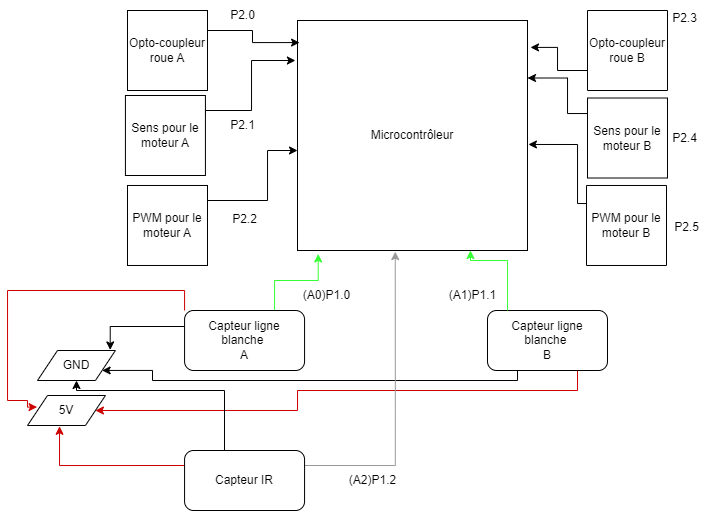
The draw.io diagram Schema_fonctionel.drawio.png in bizbrr/LineTrackBot, before a commit. Source tidied: cells renumbered, new cells last; positions are measured from the earlier drawing's top-left corner, leaving out a move shared by most shapes. Source of this version:
```xml
<mxGraphModel>
  <root>
    <mxCell id="0" />
    <mxCell id="1" parent="0" />
    <mxCell id="2" value="Microcontrôleur" style="whiteSpace=wrap;html=1;" parent="1" vertex="1">
      <mxGeometry x="290" y="20" width="230" height="230" as="geometry" />
    </mxCell>
    <mxCell id="3" style="edgeStyle=orthogonalEdgeStyle;rounded=0;jettySize=auto;html=1;exitX=1;exitY=0.25;exitDx=0;exitDy=0;entryX=0.009;entryY=0.096;entryDx=0;entryDy=0;entryPerimeter=0;" parent="1" edge="1" source="4" target="2">
      <mxGeometry relative="1" as="geometry" />
    </mxCell>
    <mxCell id="4" value="Opto-coupleur roue A" style="whiteSpace=wrap;html=1;" parent="1" vertex="1">
      <mxGeometry x="120" y="10" width="80" height="80" as="geometry" />
    </mxCell>
    <mxCell id="5" value="P2.0" style="text;html=1;align=center;verticalAlign=middle;strokeColor=none;fillColor=none;" parent="1" vertex="1">
      <mxGeometry x="210" width="50" height="30" as="geometry" />
    </mxCell>
    <mxCell id="6" style="edgeStyle=orthogonalEdgeStyle;rounded=0;jettySize=auto;html=1;exitX=1;exitY=0.25;exitDx=0;exitDy=0;entryX=-0.009;entryY=0.174;entryDx=0;entryDy=0;entryPerimeter=0;" parent="1" edge="1" source="7" target="2">
      <mxGeometry relative="1" as="geometry">
        <Array as="points">
          <mxPoint x="198" y="110" />
          <mxPoint x="244" y="110" />
          <mxPoint x="244" y="60" />
        </Array>
      </mxGeometry>
    </mxCell>
    <mxCell id="7" value="Sens pour le moteur A" style="whiteSpace=wrap;html=1;" parent="1" vertex="1">
      <mxGeometry x="117.9" y="95" width="80" height="80" as="geometry" />
    </mxCell>
    <mxCell id="8" value="P2.1" style="text;html=1;align=center;verticalAlign=middle;strokeColor=none;fillColor=none;" parent="1" vertex="1">
      <mxGeometry x="210" y="110" width="50" height="30" as="geometry" />
    </mxCell>
    <mxCell id="9" style="edgeStyle=orthogonalEdgeStyle;rounded=0;jettySize=auto;html=1;exitX=1;exitY=0.25;exitDx=0;exitDy=0;entryX=-0.009;entryY=0.174;entryDx=0;entryDy=0;entryPerimeter=0;" parent="1" edge="1" source="10">
      <mxGeometry relative="1" as="geometry">
        <mxPoint x="290" y="150" as="targetPoint" />
        <Array as="points">
          <mxPoint x="200" y="200" />
          <mxPoint x="260" y="200" />
          <mxPoint x="260" y="150" />
        </Array>
      </mxGeometry>
    </mxCell>
    <mxCell id="10" value="PWM pour le moteur A" style="whiteSpace=wrap;html=1;" parent="1" vertex="1">
      <mxGeometry x="120" y="185" width="80" height="80" as="geometry" />
    </mxCell>
    <mxCell id="11" value="P2.2" style="text;html=1;align=center;verticalAlign=middle;strokeColor=none;fillColor=none;" parent="1" vertex="1">
      <mxGeometry x="212.1" y="204" width="50" height="30" as="geometry" />
    </mxCell>
    <mxCell id="12" style="edgeStyle=orthogonalEdgeStyle;rounded=0;jettySize=auto;html=1;exitX=1;exitY=0.25;exitDx=0;exitDy=0;entryX=1.013;entryY=0.117;entryDx=0;entryDy=0;entryPerimeter=0;" parent="1" edge="1" source="13" target="2">
      <mxGeometry relative="1" as="geometry" />
    </mxCell>
    <mxCell id="13" value="Opto-coupleur roue B" style="whiteSpace=wrap;html=1;direction=west;" parent="1" vertex="1">
      <mxGeometry x="580" y="10" width="80" height="80" as="geometry" />
    </mxCell>
    <mxCell id="14" value="P2.3" style="text;html=1;align=center;verticalAlign=middle;strokeColor=none;fillColor=none;" parent="1" vertex="1">
      <mxGeometry x="652.1" y="2.5" width="50" height="30" as="geometry" />
    </mxCell>
    <mxCell id="15" style="edgeStyle=orthogonalEdgeStyle;rounded=0;jettySize=auto;html=1;exitX=1;exitY=0.25;exitDx=0;exitDy=0;entryX=1;entryY=0.25;entryDx=0;entryDy=0;" parent="1" edge="1" source="16" target="2">
      <mxGeometry relative="1" as="geometry">
        <Array as="points">
          <mxPoint x="580" y="113" />
          <mxPoint x="560" y="113" />
          <mxPoint x="560" y="78" />
        </Array>
      </mxGeometry>
    </mxCell>
    <mxCell id="16" value="Sens pour le moteur B" style="whiteSpace=wrap;html=1;direction=west;" parent="1" vertex="1">
      <mxGeometry x="580" y="97.5" width="80" height="80" as="geometry" />
    </mxCell>
    <mxCell id="17" value="P2.4" style="text;html=1;align=center;verticalAlign=middle;strokeColor=none;fillColor=none;" parent="1" vertex="1">
      <mxGeometry x="652.1" y="122.5" width="50" height="30" as="geometry" />
    </mxCell>
    <mxCell id="18" style="edgeStyle=orthogonalEdgeStyle;rounded=0;jettySize=auto;html=1;exitX=1;exitY=0.25;exitDx=0;exitDy=0;entryX=1.004;entryY=0.539;entryDx=0;entryDy=0;entryPerimeter=0;" parent="1" edge="1" source="19" target="2">
      <mxGeometry relative="1" as="geometry">
        <Array as="points">
          <mxPoint x="580" y="245" />
          <mxPoint x="580" y="203" />
          <mxPoint x="570" y="203" />
          <mxPoint x="570" y="144" />
        </Array>
      </mxGeometry>
    </mxCell>
    <mxCell id="19" value="PWM pour le moteur B" style="whiteSpace=wrap;html=1;direction=west;" parent="1" vertex="1">
      <mxGeometry x="579" y="185" width="80" height="80" as="geometry" />
    </mxCell>
    <mxCell id="20" value="P2.5" style="text;html=1;align=center;verticalAlign=middle;strokeColor=none;fillColor=none;" parent="1" vertex="1">
      <mxGeometry x="654.1" y="212.5" width="50" height="30" as="geometry" />
    </mxCell>
    <mxCell id="21" style="edgeStyle=orthogonalEdgeStyle;rounded=0;jettySize=auto;html=1;exitX=0.75;exitY=0;exitDx=0;exitDy=0;entryX=0.09;entryY=1.015;entryDx=0;entryDy=0;entryPerimeter=0;strokeColor=#33FF33;" parent="1" edge="1" source="24" target="2">
      <mxGeometry relative="1" as="geometry" />
    </mxCell>
    <mxCell id="22" style="edgeStyle=orthogonalEdgeStyle;rounded=0;jettySize=auto;html=1;entryX=0.933;entryY=-0.019;entryDx=0;entryDy=0;strokeColor=#000000;entryPerimeter=0;" parent="1" edge="1" target="31">
      <mxGeometry relative="1" as="geometry">
        <mxPoint x="180" y="326" as="sourcePoint" />
      </mxGeometry>
    </mxCell>
    <mxCell id="23" style="edgeStyle=orthogonalEdgeStyle;rounded=0;jettySize=auto;html=1;exitX=0;exitY=0;exitDx=0;exitDy=0;strokeColor=#CC0000;entryX=0.123;entryY=0.386;entryDx=0;entryDy=0;entryPerimeter=0;" parent="1" edge="1" source="24" target="32">
      <mxGeometry relative="1" as="geometry">
        <Array as="points">
          <mxPoint x="177" y="290" />
          <mxPoint y="290" />
          <mxPoint y="400" />
          <mxPoint x="20" y="400" />
          <mxPoint x="20" y="407" />
        </Array>
      </mxGeometry>
    </mxCell>
    <mxCell id="24" value="Capteur ligne blanche&amp;nbsp;&lt;br&gt;A" style="rounded=1;whiteSpace=wrap;html=1;" parent="1" vertex="1">
      <mxGeometry x="177.1" y="310" width="120" height="60" as="geometry" />
    </mxCell>
    <mxCell id="25" style="edgeStyle=orthogonalEdgeStyle;rounded=0;jettySize=auto;html=1;exitX=0.25;exitY=1;exitDx=0;exitDy=0;entryX=1;entryY=0.75;entryDx=0;entryDy=0;strokeColor=#000000;" parent="1" edge="1" source="27" target="31">
      <mxGeometry relative="1" as="geometry">
        <Array as="points">
          <mxPoint x="510" y="380" />
          <mxPoint x="145" y="380" />
          <mxPoint x="145" y="370" />
        </Array>
      </mxGeometry>
    </mxCell>
    <mxCell id="26" style="edgeStyle=orthogonalEdgeStyle;rounded=0;jettySize=auto;html=1;exitX=0.75;exitY=1;exitDx=0;exitDy=0;strokeColor=#CC0000;entryX=1;entryY=0.5;entryDx=0;entryDy=0;" parent="1" edge="1" source="27" target="32">
      <mxGeometry relative="1" as="geometry">
        <Array as="points">
          <mxPoint x="570" y="390" />
          <mxPoint x="290" y="390" />
          <mxPoint x="290" y="410" />
        </Array>
      </mxGeometry>
    </mxCell>
    <mxCell id="27" value="Capteur ligne blanche&amp;nbsp;&lt;br&gt;B" style="rounded=1;whiteSpace=wrap;html=1;" parent="1" vertex="1">
      <mxGeometry x="480" y="310" width="120" height="60" as="geometry" />
    </mxCell>
    <mxCell id="28" style="edgeStyle=orthogonalEdgeStyle;rounded=0;jettySize=auto;html=1;exitX=0.167;exitY=0;exitDx=0;exitDy=0;strokeColor=#33FF33;exitPerimeter=0;entryX=0.75;entryY=1;entryDx=0;entryDy=0;" parent="1" edge="1" source="27" target="2">
      <mxGeometry relative="1" as="geometry">
        <Array as="points">
          <mxPoint x="500" y="260" />
          <mxPoint x="463" y="260" />
          <mxPoint x="463" y="250" />
        </Array>
      </mxGeometry>
    </mxCell>
    <mxCell id="29" value="(A0)P1.0" style="text;html=1;align=center;verticalAlign=middle;strokeColor=none;fillColor=none;" parent="1" vertex="1">
      <mxGeometry x="284" y="280" width="70" height="30" as="geometry" />
    </mxCell>
    <mxCell id="30" value="(A1)P1.1" style="text;html=1;align=center;verticalAlign=middle;strokeColor=none;fillColor=none;" parent="1" vertex="1">
      <mxGeometry x="430" y="280" width="70" height="30" as="geometry" />
    </mxCell>
    <mxCell id="31" value="GND" style="shape=parallelogram;perimeter=parallelogramPerimeter;whiteSpace=wrap;html=1;fixedSize=1;" parent="1" vertex="1">
      <mxGeometry x="30" y="350" width="77.9" height="30" as="geometry" />
    </mxCell>
    <mxCell id="32" value="5V" style="shape=parallelogram;perimeter=parallelogramPerimeter;whiteSpace=wrap;html=1;fixedSize=1;" parent="1" vertex="1">
      <mxGeometry x="20" y="395" width="77.9" height="30" as="geometry" />
    </mxCell>
    <mxCell id="33" style="edgeStyle=orthogonalEdgeStyle;rounded=0;jettySize=auto;html=1;exitX=0;exitY=0.25;exitDx=0;exitDy=0;entryX=0.411;entryY=1.027;entryDx=0;entryDy=0;entryPerimeter=0;strokeColor=#CC0000;" parent="1" edge="1" source="36" target="32">
      <mxGeometry relative="1" as="geometry" />
    </mxCell>
    <mxCell id="34" style="edgeStyle=orthogonalEdgeStyle;rounded=0;jettySize=auto;html=1;exitX=0.25;exitY=0;exitDx=0;exitDy=0;strokeColor=#000000;" parent="1" edge="1" source="36" target="31">
      <mxGeometry relative="1" as="geometry">
        <Array as="points">
          <mxPoint x="217" y="390" />
          <mxPoint x="69" y="390" />
        </Array>
      </mxGeometry>
    </mxCell>
    <mxCell id="35" style="edgeStyle=orthogonalEdgeStyle;rounded=0;jettySize=auto;html=1;exitX=1;exitY=0.25;exitDx=0;exitDy=0;strokeColor=#999999;entryX=0.425;entryY=1.005;entryDx=0;entryDy=0;entryPerimeter=0;" parent="1" edge="1" source="36" target="2">
      <mxGeometry relative="1" as="geometry" />
    </mxCell>
    <mxCell id="36" value="Capteur IR" style="rounded=1;whiteSpace=wrap;html=1;" parent="1" vertex="1">
      <mxGeometry x="177.1" y="450" width="120" height="60" as="geometry" />
    </mxCell>
    <mxCell id="37" value="(A2)P1.2" style="text;html=1;align=center;verticalAlign=middle;strokeColor=none;fillColor=none;" parent="1" vertex="1">
      <mxGeometry x="330" y="465" width="70" height="30" as="geometry" />
    </mxCell>
  </root>
</mxGraphModel>
```
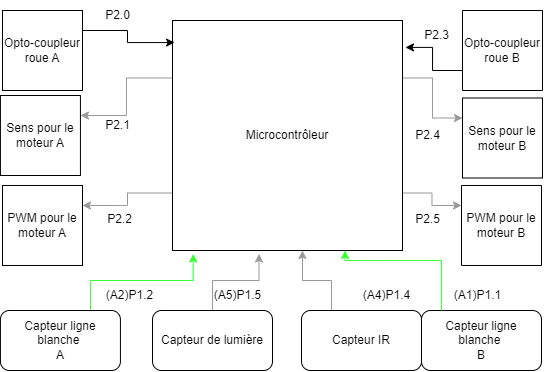
The same diagram one commit later.

What changed in the source:
```diff
@@ -2,6 +2,18 @@
   <root>
     <mxCell id="0" />
     <mxCell id="1" parent="0" />
+    <mxCell id="38" style="edgeStyle=orthogonalEdgeStyle;rounded=0;jettySize=auto;html=1;exitX=0;exitY=0.25;exitDx=0;exitDy=0;entryX=1;entryY=0.25;entryDx=0;entryDy=0;strokeColor=#999999;" parent="1" edge="1" source="2" target="7">
+      <mxGeometry relative="1" as="geometry" />
+    </mxCell>
+    <mxCell id="39" style="edgeStyle=orthogonalEdgeStyle;rounded=0;jettySize=auto;html=1;exitX=0;exitY=0.75;exitDx=0;exitDy=0;entryX=1;entryY=0.25;entryDx=0;entryDy=0;strokeColor=#999999;" parent="1" edge="1" source="2" target="10">
+      <mxGeometry relative="1" as="geometry" />
+    </mxCell>
+    <mxCell id="40" style="edgeStyle=orthogonalEdgeStyle;rounded=0;jettySize=auto;html=1;exitX=1;exitY=0.25;exitDx=0;exitDy=0;entryX=1;entryY=0.75;entryDx=0;entryDy=0;strokeColor=#999999;" parent="1" edge="1" source="2" target="16">
+      <mxGeometry relative="1" as="geometry" />
+    </mxCell>
+    <mxCell id="41" style="edgeStyle=orthogonalEdgeStyle;rounded=0;jettySize=auto;html=1;exitX=1;exitY=0.75;exitDx=0;exitDy=0;entryX=1;entryY=0.75;entryDx=0;entryDy=0;strokeColor=#999999;" parent="1" edge="1" source="2" target="19">
+      <mxGeometry relative="1" as="geometry" />
+    </mxCell>
     <mxCell id="2" value="Microcontrôleur" style="whiteSpace=wrap;html=1;" parent="1" vertex="1">
       <mxGeometry x="290" y="20" width="230" height="230" as="geometry" />
     </mxCell>
@@ -14,31 +26,12 @@
     <mxCell id="5" value="P2.0" style="text;html=1;align=center;verticalAlign=middle;strokeColor=none;fillColor=none;" parent="1" vertex="1">
       <mxGeometry x="210" width="50" height="30" as="geometry" />
     </mxCell>
-    <mxCell id="6" style="edgeStyle=orthogonalEdgeStyle;rounded=0;jettySize=auto;html=1;exitX=1;exitY=0.25;exitDx=0;exitDy=0;entryX=-0.009;entryY=0.174;entryDx=0;entryDy=0;entryPerimeter=0;" parent="1" edge="1" source="7" target="2">
-      <mxGeometry relative="1" as="geometry">
-        <Array as="points">
-          <mxPoint x="198" y="110" />
-          <mxPoint x="244" y="110" />
-          <mxPoint x="244" y="60" />
-        </Array>
-      </mxGeometry>
-    </mxCell>
     <mxCell id="7" value="Sens pour le moteur A" style="whiteSpace=wrap;html=1;" parent="1" vertex="1">
       <mxGeometry x="117.9" y="95" width="80" height="80" as="geometry" />
     </mxCell>
     <mxCell id="8" value="P2.1" style="text;html=1;align=center;verticalAlign=middle;strokeColor=none;fillColor=none;" parent="1" vertex="1">
       <mxGeometry x="210" y="110" width="50" height="30" as="geometry" />
     </mxCell>
-    <mxCell id="9" style="edgeStyle=orthogonalEdgeStyle;rounded=0;jettySize=auto;html=1;exitX=1;exitY=0.25;exitDx=0;exitDy=0;entryX=-0.009;entryY=0.174;entryDx=0;entryDy=0;entryPerimeter=0;" parent="1" edge="1" source="10">
-      <mxGeometry relative="1" as="geometry">
-        <mxPoint x="290" y="150" as="targetPoint" />
-        <Array as="points">
-          <mxPoint x="200" y="200" />
-          <mxPoint x="260" y="200" />
-          <mxPoint x="260" y="150" />
-        </Array>
-      </mxGeometry>
-    </mxCell>
     <mxCell id="10" value="PWM pour le moteur A" style="whiteSpace=wrap;html=1;" parent="1" vertex="1">
       <mxGeometry x="120" y="185" width="80" height="80" as="geometry" />
     </mxCell>
@@ -52,81 +45,28 @@
       <mxGeometry x="580" y="10" width="80" height="80" as="geometry" />
     </mxCell>
     <mxCell id="14" value="P2.3" style="text;html=1;align=center;verticalAlign=middle;strokeColor=none;fillColor=none;" parent="1" vertex="1">
-      <mxGeometry x="652.1" y="2.5" width="50" height="30" as="geometry" />
+      <mxGeometry x="529" y="20" width="50" height="30" as="geometry" />
     </mxCell>
-    <mxCell id="15" style="edgeStyle=orthogonalEdgeStyle;rounded=0;jettySize=auto;html=1;exitX=1;exitY=0.25;exitDx=0;exitDy=0;entryX=1;entryY=0.25;entryDx=0;entryDy=0;" parent="1" edge="1" source="16" target="2">
-      <mxGeometry relative="1" as="geometry">
-        <Array as="points">
-          <mxPoint x="580" y="113" />
-          <mxPoint x="560" y="113" />
-          <mxPoint x="560" y="78" />
-        </Array>
-      </mxGeometry>
-    </mxCell>
     <mxCell id="16" value="Sens pour le moteur B" style="whiteSpace=wrap;html=1;direction=west;" parent="1" vertex="1">
       <mxGeometry x="580" y="97.5" width="80" height="80" as="geometry" />
     </mxCell>
     <mxCell id="17" value="P2.4" style="text;html=1;align=center;verticalAlign=middle;strokeColor=none;fillColor=none;" parent="1" vertex="1">
-      <mxGeometry x="652.1" y="122.5" width="50" height="30" as="geometry" />
+      <mxGeometry x="520" y="120" width="50" height="30" as="geometry" />
     </mxCell>
-    <mxCell id="18" style="edgeStyle=orthogonalEdgeStyle;rounded=0;jettySize=auto;html=1;exitX=1;exitY=0.25;exitDx=0;exitDy=0;entryX=1.004;entryY=0.539;entryDx=0;entryDy=0;entryPerimeter=0;" parent="1" edge="1" source="19" target="2">
-      <mxGeometry relative="1" as="geometry">
-        <Array as="points">
-          <mxPoint x="580" y="245" />
-          <mxPoint x="580" y="203" />
-          <mxPoint x="570" y="203" />
-          <mxPoint x="570" y="144" />
-        </Array>
-      </mxGeometry>
-    </mxCell>
     <mxCell id="19" value="PWM pour le moteur B" style="whiteSpace=wrap;html=1;direction=west;" parent="1" vertex="1">
       <mxGeometry x="579" y="185" width="80" height="80" as="geometry" />
     </mxCell>
     <mxCell id="20" value="P2.5" style="text;html=1;align=center;verticalAlign=middle;strokeColor=none;fillColor=none;" parent="1" vertex="1">
-      <mxGeometry x="654.1" y="212.5" width="50" height="30" as="geometry" />
+      <mxGeometry x="520" y="204" width="50" height="30" as="geometry" />
     </mxCell>
     <mxCell id="21" style="edgeStyle=orthogonalEdgeStyle;rounded=0;jettySize=auto;html=1;exitX=0.75;exitY=0;exitDx=0;exitDy=0;entryX=0.09;entryY=1.015;entryDx=0;entryDy=0;entryPerimeter=0;strokeColor=#33FF33;" parent="1" edge="1" source="24" target="2">
       <mxGeometry relative="1" as="geometry" />
     </mxCell>
-    <mxCell id="22" style="edgeStyle=orthogonalEdgeStyle;rounded=0;jettySize=auto;html=1;entryX=0.933;entryY=-0.019;entryDx=0;entryDy=0;strokeColor=#000000;entryPerimeter=0;" parent="1" edge="1" target="31">
-      <mxGeometry relative="1" as="geometry">
-        <mxPoint x="180" y="326" as="sourcePoint" />
-      </mxGeometry>
-    </mxCell>
-    <mxCell id="23" style="edgeStyle=orthogonalEdgeStyle;rounded=0;jettySize=auto;html=1;exitX=0;exitY=0;exitDx=0;exitDy=0;strokeColor=#CC0000;entryX=0.123;entryY=0.386;entryDx=0;entryDy=0;entryPerimeter=0;" parent="1" edge="1" source="24" target="32">
-      <mxGeometry relative="1" as="geometry">
-        <Array as="points">
-          <mxPoint x="177" y="290" />
-          <mxPoint y="290" />
-          <mxPoint y="400" />
-          <mxPoint x="20" y="400" />
-          <mxPoint x="20" y="407" />
-        </Array>
-      </mxGeometry>
-    </mxCell>
     <mxCell id="24" value="Capteur ligne blanche&amp;nbsp;&lt;br&gt;A" style="rounded=1;whiteSpace=wrap;html=1;" parent="1" vertex="1">
-      <mxGeometry x="177.1" y="310" width="120" height="60" as="geometry" />
+      <mxGeometry x="117.9" y="310" width="120" height="60" as="geometry" />
     </mxCell>
-    <mxCell id="25" style="edgeStyle=orthogonalEdgeStyle;rounded=0;jettySize=auto;html=1;exitX=0.25;exitY=1;exitDx=0;exitDy=0;entryX=1;entryY=0.75;entryDx=0;entryDy=0;strokeColor=#000000;" parent="1" edge="1" source="27" target="31">
-      <mxGeometry relative="1" as="geometry">
-        <Array as="points">
-          <mxPoint x="510" y="380" />
-          <mxPoint x="145" y="380" />
-          <mxPoint x="145" y="370" />
-        </Array>
-      </mxGeometry>
-    </mxCell>
-    <mxCell id="26" style="edgeStyle=orthogonalEdgeStyle;rounded=0;jettySize=auto;html=1;exitX=0.75;exitY=1;exitDx=0;exitDy=0;strokeColor=#CC0000;entryX=1;entryY=0.5;entryDx=0;entryDy=0;" parent="1" edge="1" source="27" target="32">
-      <mxGeometry relative="1" as="geometry">
-        <Array as="points">
-          <mxPoint x="570" y="390" />
-          <mxPoint x="290" y="390" />
-          <mxPoint x="290" y="410" />
-        </Array>
-      </mxGeometry>
-    </mxCell>
     <mxCell id="27" value="Capteur ligne blanche&amp;nbsp;&lt;br&gt;B" style="rounded=1;whiteSpace=wrap;html=1;" parent="1" vertex="1">
-      <mxGeometry x="480" y="310" width="120" height="60" as="geometry" />
+      <mxGeometry x="539" y="310" width="120" height="60" as="geometry" />
     </mxCell>
     <mxCell id="28" style="edgeStyle=orthogonalEdgeStyle;rounded=0;jettySize=auto;html=1;exitX=0.167;exitY=0;exitDx=0;exitDy=0;strokeColor=#33FF33;exitPerimeter=0;entryX=0.75;entryY=1;entryDx=0;entryDy=0;" parent="1" edge="1" source="27" target="2">
       <mxGeometry relative="1" as="geometry">
@@ -137,37 +77,29 @@
         </Array>
       </mxGeometry>
     </mxCell>
-    <mxCell id="29" value="(A0)P1.0" style="text;html=1;align=center;verticalAlign=middle;strokeColor=none;fillColor=none;" parent="1" vertex="1">
-      <mxGeometry x="284" y="280" width="70" height="30" as="geometry" />
+    <mxCell id="29" value="(A4)P1.4" style="text;html=1;align=center;verticalAlign=middle;strokeColor=none;fillColor=none;" parent="1" vertex="1">
+      <mxGeometry x="469" y="280" width="70" height="30" as="geometry" />
     </mxCell>
     <mxCell id="30" value="(A1)P1.1" style="text;html=1;align=center;verticalAlign=middle;strokeColor=none;fillColor=none;" parent="1" vertex="1">
-      <mxGeometry x="430" y="280" width="70" height="30" as="geometry" />
+      <mxGeometry x="560" y="280" width="70" height="30" as="geometry" />
     </mxCell>
-    <mxCell id="31" value="GND" style="shape=parallelogram;perimeter=parallelogramPerimeter;whiteSpace=wrap;html=1;fixedSize=1;" parent="1" vertex="1">
-      <mxGeometry x="30" y="350" width="77.9" height="30" as="geometry" />
-    </mxCell>
-    <mxCell id="32" value="5V" style="shape=parallelogram;perimeter=parallelogramPerimeter;whiteSpace=wrap;html=1;fixedSize=1;" parent="1" vertex="1">
-      <mxGeometry x="20" y="395" width="77.9" height="30" as="geometry" />
-    </mxCell>
-    <mxCell id="33" style="edgeStyle=orthogonalEdgeStyle;rounded=0;jettySize=auto;html=1;exitX=0;exitY=0.25;exitDx=0;exitDy=0;entryX=0.411;entryY=1.027;entryDx=0;entryDy=0;entryPerimeter=0;strokeColor=#CC0000;" parent="1" edge="1" source="36" target="32">
-      <mxGeometry relative="1" as="geometry" />
-    </mxCell>
-    <mxCell id="34" style="edgeStyle=orthogonalEdgeStyle;rounded=0;jettySize=auto;html=1;exitX=0.25;exitY=0;exitDx=0;exitDy=0;strokeColor=#000000;" parent="1" edge="1" source="36" target="31">
-      <mxGeometry relative="1" as="geometry">
-        <Array as="points">
-          <mxPoint x="217" y="390" />
-          <mxPoint x="69" y="390" />
-        </Array>
-      </mxGeometry>
-    </mxCell>
-    <mxCell id="35" style="edgeStyle=orthogonalEdgeStyle;rounded=0;jettySize=auto;html=1;exitX=1;exitY=0.25;exitDx=0;exitDy=0;strokeColor=#999999;entryX=0.425;entryY=1.005;entryDx=0;entryDy=0;entryPerimeter=0;" parent="1" edge="1" source="36" target="2">
+    <mxCell id="35" style="edgeStyle=orthogonalEdgeStyle;rounded=0;jettySize=auto;html=1;exitX=0.25;exitY=0;exitDx=0;exitDy=0;entryX=0.565;entryY=1;entryDx=0;entryDy=0;entryPerimeter=0;strokeColor=#999999;" parent="1" edge="1" source="36" target="2">
       <mxGeometry relative="1" as="geometry" />
     </mxCell>
     <mxCell id="36" value="Capteur IR" style="rounded=1;whiteSpace=wrap;html=1;" parent="1" vertex="1">
-      <mxGeometry x="177.1" y="450" width="120" height="60" as="geometry" />
+      <mxGeometry x="419" y="310" width="120" height="60" as="geometry" />
     </mxCell>
     <mxCell id="37" value="(A2)P1.2" style="text;html=1;align=center;verticalAlign=middle;strokeColor=none;fillColor=none;" parent="1" vertex="1">
-      <mxGeometry x="330" y="465" width="70" height="30" as="geometry" />
+      <mxGeometry x="212.1" y="280" width="70" height="30" as="geometry" />
     </mxCell>
+    <mxCell id="42" style="edgeStyle=orthogonalEdgeStyle;rounded=0;jettySize=auto;html=1;exitX=0.5;exitY=0;exitDx=0;exitDy=0;entryX=0.376;entryY=1.015;entryDx=0;entryDy=0;entryPerimeter=0;strokeColor=#999999;" parent="1" edge="1" source="43" target="2">
+      <mxGeometry relative="1" as="geometry" />
+    </mxCell>
+    <mxCell id="43" value="Capteur de lumière" style="rounded=1;whiteSpace=wrap;html=1;" parent="1" vertex="1">
+      <mxGeometry x="270" y="310" width="120" height="60" as="geometry" />
+    </mxCell>
+    <mxCell id="44" value="(A5)P1.5" style="text;html=1;align=center;verticalAlign=middle;strokeColor=none;fillColor=none;" parent="1" vertex="1">
+      <mxGeometry x="320" y="280" width="70" height="30" as="geometry" />
+    </mxCell>
   </root>
 </mxGraphModel>
```
